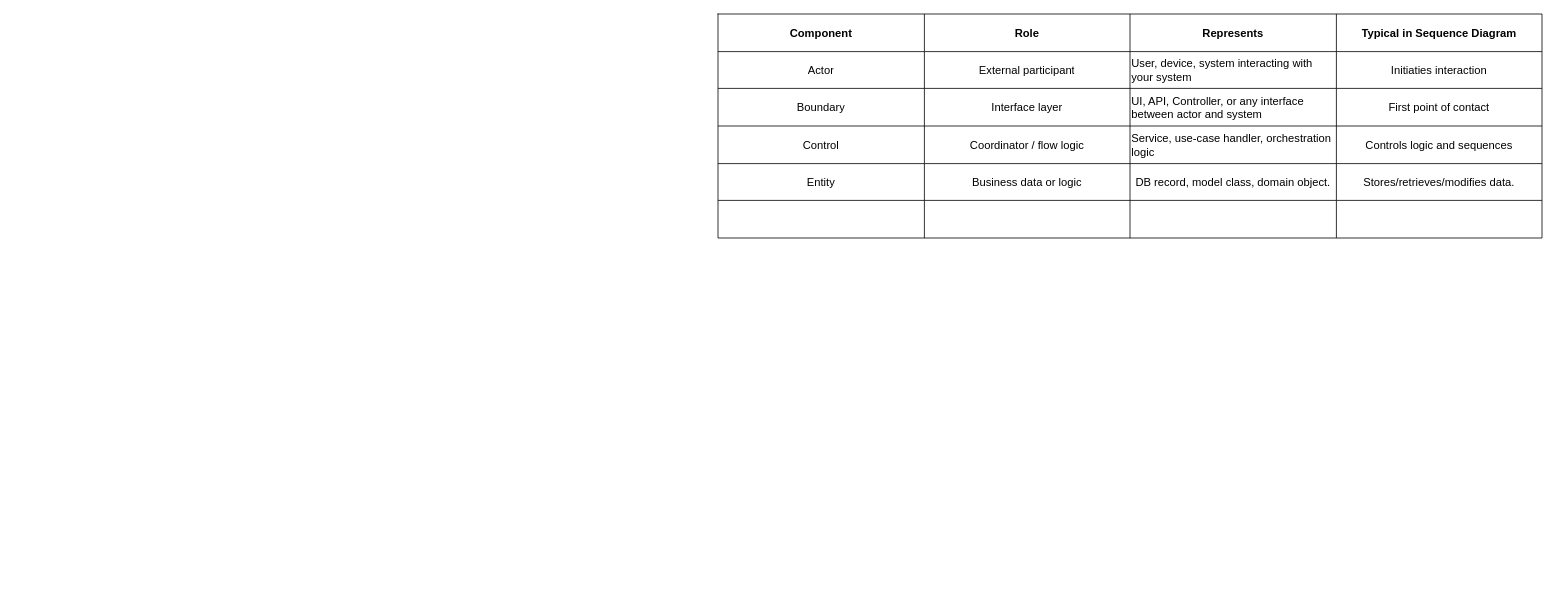
Above: SequenceDiagram.drawio in tyk1hc/drawio (draw.io), before the change. Source tidied: cells renumbered, new cells numbered last; positions are measured from the earlier drawing's top-left corner, leaving out a move shared by most shapes. Both pictures are drawn from the tidied source at 80%, with x=0, y=0 at pixel (718, 14).
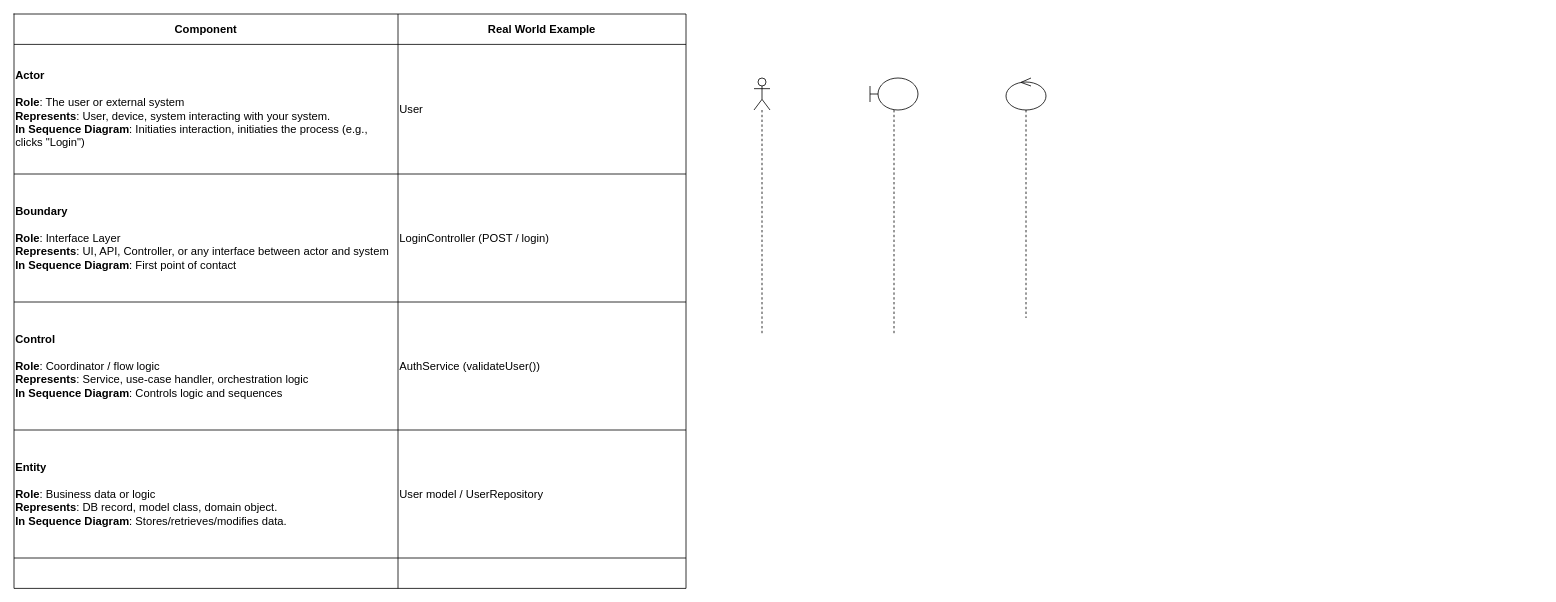
After the change.

Change to the diagram source:
```diff
@@
-    <mxCell id="2" style="shape=table;startSize=0;childLayout=tableLayout;" parent="1" vertex="1">
-      <mxGeometry width="1030" height="280" as="geometry" />
-    </mxCell>
-    <mxCell id="3" style="shape=tableRow;horizontal=0;startSize=0;swimlaneHead=0;swimlaneBody=0;strokeColor=inherit;top=0;left=0;bottom=0;right=0;fillColor=none;" parent="2" vertex="1">
-      <mxGeometry width="1030" height="47" as="geometry" />
-    </mxCell>
+    <mxCell id="33" style="shape=table;startSize=0;childLayout=tableLayout;" parent="1" vertex="1">
+      <mxGeometry x="-880" width="840" height="718" as="geometry" />
+    </mxCell>
+    <mxCell id="34" style="shape=tableRow;horizontal=0;startSize=0;swimlaneHead=0;swimlaneBody=0;strokeColor=inherit;top=0;left=0;bottom=0;right=0;fillColor=none;" parent="33" vertex="1">
+      <mxGeometry width="840" height="38" as="geometry" />
+    </mxCell>
-    <mxCell id="4" value="&lt;b&gt;&lt;font style=&quot;font-size: 14px;&quot;&gt;Component&lt;/font&gt;&lt;/b&gt;" style="shape=partialRectangle;html=1;whiteSpace=wrap;strokeColor=inherit;overflow=hidden;fillColor=none;top=0;left=0;bottom=0;right=0;" parent="3" vertex="1">
-      <mxGeometry width="258" height="47" as="geometry" />
+    <mxCell id="4" value="&lt;b&gt;&lt;font style=&quot;font-size: 14px;&quot;&gt;Component&lt;/font&gt;&lt;/b&gt;" style="shape=partialRectangle;html=1;whiteSpace=wrap;strokeColor=inherit;overflow=hidden;fillColor=none;top=0;left=0;bottom=0;right=0;" parent="34" vertex="1">
+      <mxGeometry width="480" height="38" as="geometry" />
     </mxCell>
-    <mxCell id="5" value="&lt;b&gt;&lt;font style=&quot;font-size: 14px;&quot;&gt;Role&lt;/font&gt;&lt;/b&gt;" style="shape=partialRectangle;html=1;whiteSpace=wrap;strokeColor=inherit;overflow=hidden;fillColor=none;top=0;left=0;bottom=0;right=0;" parent="3" vertex="1">
-      <mxGeometry x="258" width="257" height="47" as="geometry" />
-    </mxCell>
-    <mxCell id="6" value="&lt;b&gt;&lt;font style=&quot;font-size: 14px;&quot;&gt;Represents&lt;/font&gt;&lt;/b&gt;" style="shape=partialRectangle;html=1;whiteSpace=wrap;strokeColor=inherit;overflow=hidden;fillColor=none;top=0;left=0;bottom=0;right=0;" parent="3" vertex="1">
-      <mxGeometry x="515" width="258" height="47" as="geometry" />
-    </mxCell>
-    <mxCell id="7" value="&lt;b&gt;&lt;font style=&quot;font-size: 14px;&quot;&gt;Typical in Sequence Diagram&lt;/font&gt;&lt;/b&gt;" style="shape=partialRectangle;html=1;whiteSpace=wrap;strokeColor=inherit;overflow=hidden;fillColor=none;top=0;left=0;bottom=0;right=0;" parent="3" vertex="1">
-      <mxGeometry x="773" width="257" height="47" as="geometry" />
-    </mxCell>
-    <mxCell id="8" style="shape=tableRow;horizontal=0;startSize=0;swimlaneHead=0;swimlaneBody=0;strokeColor=inherit;top=0;left=0;bottom=0;right=0;fillColor=none;" parent="2" vertex="1">
-      <mxGeometry y="47" width="1030" height="46" as="geometry" />
-    </mxCell>
-    <mxCell id="9" value="Actor" style="shape=partialRectangle;html=1;whiteSpace=wrap;strokeColor=inherit;overflow=hidden;fillColor=none;top=0;left=0;bottom=0;right=0;fontSize=14;align=center;" parent="8" vertex="1">
-      <mxGeometry width="258" height="46" as="geometry" />
-    </mxCell>
-    <mxCell id="10" value="External participant" style="shape=partialRectangle;html=1;whiteSpace=wrap;strokeColor=inherit;overflow=hidden;fillColor=none;top=0;left=0;bottom=0;right=0;fontSize=14;" parent="8" vertex="1">
-      <mxGeometry x="258" width="257" height="46" as="geometry" />
-    </mxCell>
-    <mxCell id="11" value="User, device, system interacting with your system" style="shape=partialRectangle;html=1;whiteSpace=wrap;strokeColor=inherit;overflow=hidden;fillColor=none;top=0;left=0;bottom=0;right=0;fontSize=14;align=left;" parent="8" vertex="1">
-      <mxGeometry x="515" width="258" height="46" as="geometry" />
-    </mxCell>
-    <mxCell id="12" value="Initiaties interaction" style="shape=partialRectangle;html=1;whiteSpace=wrap;strokeColor=inherit;overflow=hidden;fillColor=none;top=0;left=0;bottom=0;right=0;fontSize=14;" parent="8" vertex="1">
-      <mxGeometry x="773" width="257" height="46" as="geometry" />
-    </mxCell>
-    <mxCell id="13" style="shape=tableRow;horizontal=0;startSize=0;swimlaneHead=0;swimlaneBody=0;strokeColor=inherit;top=0;left=0;bottom=0;right=0;fillColor=none;" parent="2" vertex="1">
-      <mxGeometry y="93" width="1030" height="47" as="geometry" />
-    </mxCell>
-    <mxCell id="14" value="Boundary" style="shape=partialRectangle;html=1;whiteSpace=wrap;strokeColor=inherit;overflow=hidden;fillColor=none;top=0;left=0;bottom=0;right=0;fontSize=14;align=center;" parent="13" vertex="1">
-      <mxGeometry width="258" height="47" as="geometry" />
-    </mxCell>
-    <mxCell id="15" value="Interface layer" style="shape=partialRectangle;html=1;whiteSpace=wrap;strokeColor=inherit;overflow=hidden;fillColor=none;top=0;left=0;bottom=0;right=0;fontSize=14;" parent="13" vertex="1">
-      <mxGeometry x="258" width="257" height="47" as="geometry" />
-    </mxCell>
-    <mxCell id="16" value="UI, API, Controller, or any interface between actor and system" style="shape=partialRectangle;html=1;whiteSpace=wrap;strokeColor=inherit;overflow=hidden;fillColor=none;top=0;left=0;bottom=0;right=0;fontSize=14;align=left;" parent="13" vertex="1">
-      <mxGeometry x="515" width="258" height="47" as="geometry" />
-    </mxCell>
-    <mxCell id="17" value="First point of contact" style="shape=partialRectangle;html=1;whiteSpace=wrap;strokeColor=inherit;overflow=hidden;fillColor=none;top=0;left=0;bottom=0;right=0;fontSize=14;" parent="13" vertex="1">
-      <mxGeometry x="773" width="257" height="47" as="geometry" />
-    </mxCell>
-    <mxCell id="18" style="shape=tableRow;horizontal=0;startSize=0;swimlaneHead=0;swimlaneBody=0;strokeColor=inherit;top=0;left=0;bottom=0;right=0;fillColor=none;" parent="2" vertex="1">
-      <mxGeometry y="140" width="1030" height="47" as="geometry" />
-    </mxCell>
-    <mxCell id="19" value="Control" style="shape=partialRectangle;html=1;whiteSpace=wrap;strokeColor=inherit;overflow=hidden;fillColor=none;top=0;left=0;bottom=0;right=0;fontSize=14;align=center;" parent="18" vertex="1">
-      <mxGeometry width="258" height="47" as="geometry" />
-    </mxCell>
-    <mxCell id="20" value="Coordinator / flow logic" style="shape=partialRectangle;html=1;whiteSpace=wrap;strokeColor=inherit;overflow=hidden;fillColor=none;top=0;left=0;bottom=0;right=0;fontSize=14;" parent="18" vertex="1">
-      <mxGeometry x="258" width="257" height="47" as="geometry" />
-    </mxCell>
-    <mxCell id="21" value="Service, use-case handler, orchestration logic" style="shape=partialRectangle;html=1;whiteSpace=wrap;strokeColor=inherit;overflow=hidden;fillColor=none;top=0;left=0;bottom=0;right=0;fontSize=14;align=left;" parent="18" vertex="1">
-      <mxGeometry x="515" width="258" height="47" as="geometry" />
-    </mxCell>
-    <mxCell id="22" value="Controls logic and sequences" style="shape=partialRectangle;html=1;whiteSpace=wrap;strokeColor=inherit;overflow=hidden;fillColor=none;top=0;left=0;bottom=0;right=0;fontSize=14;" parent="18" vertex="1">
-      <mxGeometry x="773" width="257" height="47" as="geometry" />
-    </mxCell>
-    <mxCell id="23" style="shape=tableRow;horizontal=0;startSize=0;swimlaneHead=0;swimlaneBody=0;strokeColor=inherit;top=0;left=0;bottom=0;right=0;fillColor=none;" parent="2" vertex="1">
-      <mxGeometry y="187" width="1030" height="46" as="geometry" />
-    </mxCell>
-    <mxCell id="24" value="Entity" style="shape=partialRectangle;html=1;whiteSpace=wrap;strokeColor=inherit;overflow=hidden;fillColor=none;top=0;left=0;bottom=0;right=0;fontSize=14;align=center;" parent="23" vertex="1">
-      <mxGeometry width="258" height="46" as="geometry" />
-    </mxCell>
-    <mxCell id="25" value="Business data or logic " style="shape=partialRectangle;html=1;whiteSpace=wrap;strokeColor=inherit;overflow=hidden;fillColor=none;top=0;left=0;bottom=0;right=0;fontSize=14;" parent="23" vertex="1">
-      <mxGeometry x="258" width="257" height="46" as="geometry" />
-    </mxCell>
-    <mxCell id="26" value="DB record, model class, domain object." style="shape=partialRectangle;html=1;whiteSpace=wrap;strokeColor=inherit;overflow=hidden;fillColor=none;top=0;left=0;bottom=0;right=0;fontSize=14;" parent="23" vertex="1">
-      <mxGeometry x="515" width="258" height="46" as="geometry" />
-    </mxCell>
-    <mxCell id="27" value="Stores/retrieves/modifies data." style="shape=partialRectangle;html=1;whiteSpace=wrap;strokeColor=inherit;overflow=hidden;fillColor=none;top=0;left=0;bottom=0;right=0;fontSize=14;" parent="23" vertex="1">
-      <mxGeometry x="773" width="257" height="46" as="geometry" />
-    </mxCell>
-    <mxCell id="28" style="shape=tableRow;horizontal=0;startSize=0;swimlaneHead=0;swimlaneBody=0;strokeColor=inherit;top=0;left=0;bottom=0;right=0;fillColor=none;" parent="2" vertex="1">
-      <mxGeometry y="233" width="1030" height="47" as="geometry" />
-    </mxCell>
-    <mxCell id="29" style="shape=partialRectangle;html=1;whiteSpace=wrap;strokeColor=inherit;overflow=hidden;fillColor=none;top=0;left=0;bottom=0;right=0;fontSize=14;align=center;" parent="28" vertex="1">
-      <mxGeometry width="258" height="47" as="geometry" />
-    </mxCell>
-    <mxCell id="30" style="shape=partialRectangle;html=1;whiteSpace=wrap;strokeColor=inherit;overflow=hidden;fillColor=none;top=0;left=0;bottom=0;right=0;fontSize=14;" parent="28" vertex="1">
-      <mxGeometry x="258" width="257" height="47" as="geometry" />
-    </mxCell>
-    <mxCell id="31" style="shape=partialRectangle;html=1;whiteSpace=wrap;strokeColor=inherit;overflow=hidden;fillColor=none;top=0;left=0;bottom=0;right=0;fontSize=14;" parent="28" vertex="1">
-      <mxGeometry x="515" width="258" height="47" as="geometry" />
-    </mxCell>
-    <mxCell id="32" style="shape=partialRectangle;html=1;whiteSpace=wrap;strokeColor=inherit;overflow=hidden;fillColor=none;top=0;left=0;bottom=0;right=0;fontSize=14;" parent="28" vertex="1">
-      <mxGeometry x="773" width="257" height="47" as="geometry" />
-    </mxCell>
+    <mxCell id="35" value="&lt;b&gt;&lt;font style=&quot;font-size: 14px;&quot;&gt;Real World Example&lt;/font&gt;&lt;/b&gt;" style="shape=partialRectangle;html=1;whiteSpace=wrap;strokeColor=inherit;overflow=hidden;fillColor=none;top=0;left=0;bottom=0;right=0;" parent="34" vertex="1">
+      <mxGeometry x="480" width="360" height="38" as="geometry" />
+    </mxCell>
+    <mxCell id="36" style="shape=tableRow;horizontal=0;startSize=0;swimlaneHead=0;swimlaneBody=0;strokeColor=inherit;top=0;left=0;bottom=0;right=0;fillColor=none;" parent="33" vertex="1">
+      <mxGeometry y="38" width="840" height="162" as="geometry" />
+    </mxCell>
+    <mxCell id="37" value="&lt;div&gt;&lt;font style=&quot;font-size: 14px;&quot;&gt;&lt;b&gt;Actor&lt;/b&gt;&lt;/font&gt;&lt;/div&gt;&lt;div&gt;&lt;font style=&quot;font-size: 14px;&quot;&gt;&lt;br&gt;&lt;/font&gt;&lt;/div&gt;&lt;div&gt;&lt;font style=&quot;font-size: 14px;&quot;&gt;&lt;b&gt;Role&lt;/b&gt;: The user or external system&lt;/font&gt;&lt;/div&gt;&lt;div&gt;&lt;font style=&quot;font-size: 14px;&quot;&gt;&lt;b&gt;Represents&lt;/b&gt;: User, device, system interacting with your system.&lt;/font&gt;&lt;/div&gt;&lt;div&gt;&lt;font style=&quot;font-size: 14px;&quot;&gt;&lt;b&gt;In Sequence Diagram&lt;/b&gt;: Initiaties interaction, initiaties the process (e.g., clicks &quot;Login&quot;)&lt;/font&gt;&lt;br&gt;&lt;/div&gt;" style="shape=partialRectangle;html=1;whiteSpace=wrap;strokeColor=inherit;overflow=hidden;fillColor=none;top=0;left=0;bottom=0;right=0;align=left;" parent="36" vertex="1">
+      <mxGeometry width="480" height="162" as="geometry" />
+    </mxCell>
+    <mxCell id="38" value="&lt;font style=&quot;font-size: 14px;&quot;&gt;User&lt;/font&gt;" style="shape=partialRectangle;html=1;whiteSpace=wrap;strokeColor=inherit;overflow=hidden;fillColor=none;top=0;left=0;bottom=0;right=0;align=left;" parent="36" vertex="1">
+      <mxGeometry x="480" width="360" height="162" as="geometry" />
+    </mxCell>
+    <mxCell id="39" style="shape=tableRow;horizontal=0;startSize=0;swimlaneHead=0;swimlaneBody=0;strokeColor=inherit;top=0;left=0;bottom=0;right=0;fillColor=none;" parent="33" vertex="1">
+      <mxGeometry y="200" width="840" height="160" as="geometry" />
+    </mxCell>
+    <mxCell id="40" value="&lt;div&gt;&lt;font style=&quot;font-size: 14px;&quot;&gt;&lt;b&gt;Boundary&lt;/b&gt;&lt;/font&gt;&lt;/div&gt;&lt;div&gt;&lt;font style=&quot;font-size: 14px;&quot;&gt;&lt;br&gt;&lt;/font&gt;&lt;/div&gt;&lt;div&gt;&lt;font style=&quot;font-size: 14px;&quot;&gt;&lt;b&gt;Role&lt;/b&gt;: Interface Layer&lt;/font&gt;&lt;/div&gt;&lt;div&gt;&lt;font style=&quot;font-size: 14px;&quot;&gt;&lt;b&gt;Represents&lt;/b&gt;: UI, API, Controller, or any interface between actor and system&lt;/font&gt;&lt;/div&gt;&lt;div&gt;&lt;font style=&quot;font-size: 14px;&quot;&gt;&lt;b&gt;In Sequence Diagram&lt;/b&gt;: First point of contact&lt;/font&gt;&lt;br&gt;&lt;/div&gt;" style="shape=partialRectangle;html=1;whiteSpace=wrap;strokeColor=inherit;overflow=hidden;fillColor=none;top=0;left=0;bottom=0;right=0;align=left;" parent="39" vertex="1">
+      <mxGeometry width="480" height="160" as="geometry" />
+    </mxCell>
+    <mxCell id="41" value="&lt;font style=&quot;font-size: 14px;&quot;&gt;LoginController (POST / login)&lt;/font&gt;" style="shape=partialRectangle;html=1;whiteSpace=wrap;strokeColor=inherit;overflow=hidden;fillColor=none;top=0;left=0;bottom=0;right=0;align=left;" parent="39" vertex="1">
+      <mxGeometry x="480" width="360" height="160" as="geometry" />
+    </mxCell>
+    <mxCell id="42" style="shape=tableRow;horizontal=0;startSize=0;swimlaneHead=0;swimlaneBody=0;strokeColor=inherit;top=0;left=0;bottom=0;right=0;fillColor=none;" parent="33" vertex="1">
+      <mxGeometry y="360" width="840" height="160" as="geometry" />
+    </mxCell>
+    <mxCell id="43" value="&lt;div&gt;&lt;font style=&quot;font-size: 14px;&quot;&gt;&lt;b&gt;Control&lt;/b&gt;&lt;/font&gt;&lt;/div&gt;&lt;div&gt;&lt;font style=&quot;font-size: 14px;&quot;&gt;&lt;br&gt;&lt;/font&gt;&lt;/div&gt;&lt;div&gt;&lt;font style=&quot;font-size: 14px;&quot;&gt;&lt;b&gt;Role&lt;/b&gt;: Coordinator / flow logic&lt;/font&gt;&lt;/div&gt;&lt;div&gt;&lt;font style=&quot;font-size: 14px;&quot;&gt;&lt;b&gt;Represents&lt;/b&gt;: Service, use-case handler, orchestration logic&lt;/font&gt;&lt;/div&gt;&lt;div&gt;&lt;font style=&quot;font-size: 14px;&quot;&gt;&lt;b&gt;In Sequence Diagram&lt;/b&gt;: Controls logic and sequences&lt;/font&gt;&lt;/div&gt;" style="shape=partialRectangle;html=1;whiteSpace=wrap;strokeColor=inherit;overflow=hidden;fillColor=none;top=0;left=0;bottom=0;right=0;align=left;" parent="42" vertex="1">
+      <mxGeometry width="480" height="160" as="geometry" />
+    </mxCell>
+    <mxCell id="44" value="&lt;font style=&quot;font-size: 14px;&quot;&gt;AuthService (validateUser())&lt;/font&gt;" style="shape=partialRectangle;html=1;whiteSpace=wrap;strokeColor=inherit;overflow=hidden;fillColor=none;top=0;left=0;bottom=0;right=0;align=left;" parent="42" vertex="1">
+      <mxGeometry x="480" width="360" height="160" as="geometry" />
+    </mxCell>
+    <mxCell id="45" style="shape=tableRow;horizontal=0;startSize=0;swimlaneHead=0;swimlaneBody=0;strokeColor=inherit;top=0;left=0;bottom=0;right=0;fillColor=none;" parent="33" vertex="1">
+      <mxGeometry y="520" width="840" height="160" as="geometry" />
+    </mxCell>
+    <mxCell id="46" value="&lt;div&gt;&lt;font style=&quot;font-size: 14px;&quot;&gt;&lt;b&gt;Entity&lt;/b&gt;&lt;/font&gt;&lt;/div&gt;&lt;div&gt;&lt;font style=&quot;font-size: 14px;&quot;&gt;&lt;br&gt;&lt;/font&gt;&lt;/div&gt;&lt;div&gt;&lt;font style=&quot;font-size: 14px;&quot;&gt;&lt;b&gt;Role&lt;/b&gt;:&amp;nbsp;Business data or logic&lt;/font&gt;&lt;/div&gt;&lt;div&gt;&lt;font style=&quot;font-size: 14px;&quot;&gt;&lt;b&gt;Represents&lt;/b&gt;: DB record, model class, domain object.&lt;/font&gt;&lt;/div&gt;&lt;div&gt;&lt;font style=&quot;font-size: 14px;&quot;&gt;&lt;b&gt;In Sequence Diagram&lt;/b&gt;: Stores/retrieves/modifies data. &lt;/font&gt;&lt;/div&gt;" style="shape=partialRectangle;html=1;whiteSpace=wrap;strokeColor=inherit;overflow=hidden;fillColor=none;top=0;left=0;bottom=0;right=0;align=left;" parent="45" vertex="1">
+      <mxGeometry width="480" height="160" as="geometry" />
+    </mxCell>
+    <mxCell id="47" value="&lt;font style=&quot;font-size: 14px;&quot;&gt;User model / UserRepository&lt;/font&gt;" style="shape=partialRectangle;html=1;whiteSpace=wrap;strokeColor=inherit;overflow=hidden;fillColor=none;top=0;left=0;bottom=0;right=0;align=left;" parent="45" vertex="1">
+      <mxGeometry x="480" width="360" height="160" as="geometry" />
+    </mxCell>
+    <mxCell id="48" style="shape=tableRow;horizontal=0;startSize=0;swimlaneHead=0;swimlaneBody=0;strokeColor=inherit;top=0;left=0;bottom=0;right=0;fillColor=none;" parent="33" vertex="1">
+      <mxGeometry y="680" width="840" height="38" as="geometry" />
+    </mxCell>
+    <mxCell id="49" style="shape=partialRectangle;html=1;whiteSpace=wrap;strokeColor=inherit;overflow=hidden;fillColor=none;top=0;left=0;bottom=0;right=0;align=left;" parent="48" vertex="1">
+      <mxGeometry width="480" height="38" as="geometry" />
+    </mxCell>
+    <mxCell id="50" style="shape=partialRectangle;html=1;whiteSpace=wrap;strokeColor=inherit;overflow=hidden;fillColor=none;top=0;left=0;bottom=0;right=0;align=left;" parent="48" vertex="1">
+      <mxGeometry x="480" width="360" height="38" as="geometry" />
+    </mxCell>
+    <mxCell id="51" style="shape=umlLifeline;perimeter=lifelinePerimeter;whiteSpace=wrap;html=1;newEdgeStyle={&quot;curved&quot;:0,&quot;rounded&quot;:0};participant=umlBoundary;align=center;" parent="1" vertex="1">
+      <mxGeometry x="190" y="80" width="60" height="320" as="geometry" />
+    </mxCell>
+    <mxCell id="52" style="shape=umlLifeline;perimeter=lifelinePerimeter;whiteSpace=wrap;html=1;newEdgeStyle={&quot;curved&quot;:0,&quot;rounded&quot;:0};participant=umlActor;" parent="1" vertex="1">
+      <mxGeometry x="45" y="80" width="20" height="320" as="geometry" />
+    </mxCell>
+    <mxCell id="53" style="shape=umlLifeline;perimeter=lifelinePerimeter;whiteSpace=wrap;html=1;newEdgeStyle={&quot;curved&quot;:0,&quot;rounded&quot;:0};participant=umlControl;" parent="1" vertex="1">
+      <mxGeometry x="360" y="80" width="50" height="300" as="geometry" />
+    </mxCell>
```
